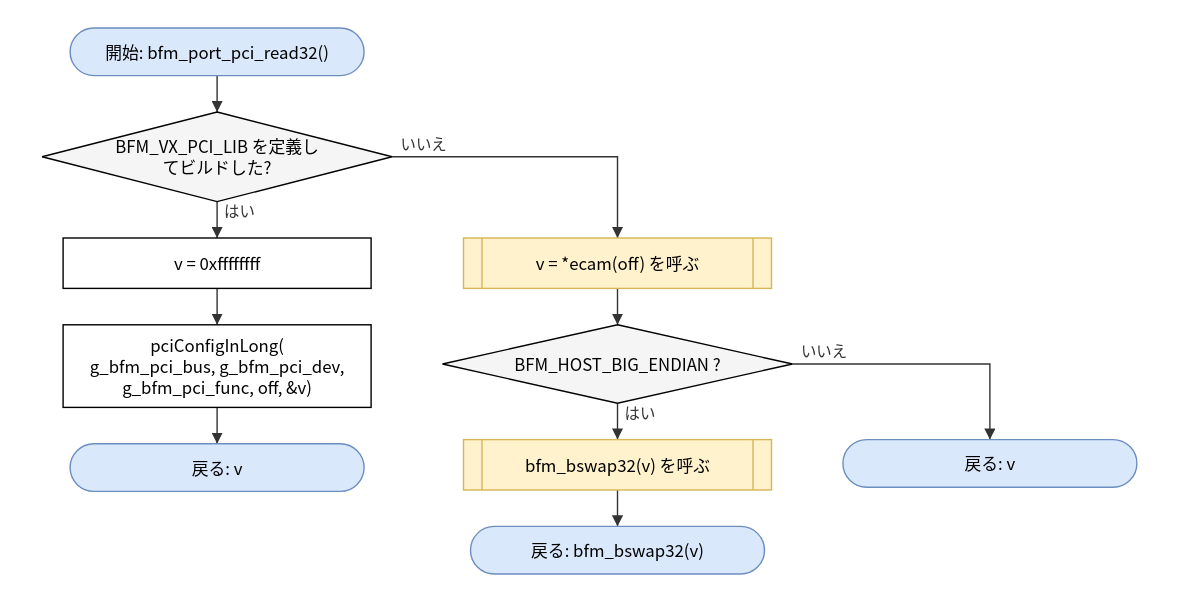
Before: doc/spec/images/flow_port_vxworks_port_vxworks__bfm_port_pci_read32.drawio.svg, a diagram exported from draw.io (hf355051012-ai/bfmem). Source tidied: cells renumbered, new cells last; positions are measured from the earlier drawing's top-left corner, leaving out a move shared by most shapes. Source of this version:
```xml
<mxGraphModel>
  <root>
    <mxCell id="0" />
    <mxCell id="1" parent="0" />
    <mxCell id="2" value="開始: bfm_port_pci_read32()" style="rounded=1;arcSize=50;whiteSpace=wrap;html=1;fillColor=#dae8fc;strokeColor=#6c8ebf;" parent="1" vertex="1">
      <mxGeometry x="20" width="210" height="34" as="geometry" />
    </mxCell>
    <mxCell id="3" value="BFM_VX_PCI_LIB を定義し&lt;br&gt;てビルドした?" style="rhombus;whiteSpace=wrap;html=1;fillColor=#f5f5f5;" parent="1" vertex="1">
      <mxGeometry y="60" width="250" height="64" as="geometry" />
    </mxCell>
    <mxCell id="4" value="v = 0xffffffff" style="rounded=0;whiteSpace=wrap;html=1;" parent="1" vertex="1">
      <mxGeometry x="15" y="150" width="220" height="36" as="geometry" />
    </mxCell>
    <mxCell id="5" value="pciConfigInLong(&lt;br&gt;g_bfm_pci_bus, g_bfm_pci_dev,&lt;br&gt;g_bfm_pci_func, off, &amp;amp;v)" style="rounded=0;whiteSpace=wrap;html=1;" parent="1" vertex="1">
      <mxGeometry x="15" y="212" width="220" height="59" as="geometry" />
    </mxCell>
    <mxCell id="6" value="戻る: v" style="rounded=1;arcSize=50;whiteSpace=wrap;html=1;fillColor=#dae8fc;strokeColor=#6c8ebf;" parent="1" vertex="1">
      <mxGeometry x="20" y="297" width="210" height="34" as="geometry" />
    </mxCell>
    <mxCell id="7" value="v = *ecam(off) を呼ぶ" style="shape=process;whiteSpace=wrap;html=1;backgroundOutline=1;size=0.06;fillColor=#fff2cc;strokeColor=#d6b656;" parent="1" vertex="1">
      <mxGeometry x="301" y="150" width="220" height="36" as="geometry" />
    </mxCell>
    <mxCell id="8" value="BFM_HOST_BIG_ENDIAN ?" style="rhombus;whiteSpace=wrap;html=1;fillColor=#f5f5f5;" parent="1" vertex="1">
      <mxGeometry x="286" y="212" width="250" height="56" as="geometry" />
    </mxCell>
    <mxCell id="9" value="bfm_bswap32(v) を呼ぶ" style="shape=process;whiteSpace=wrap;html=1;backgroundOutline=1;size=0.06;fillColor=#fff2cc;strokeColor=#d6b656;" parent="1" vertex="1">
      <mxGeometry x="301" y="294" width="220" height="36" as="geometry" />
    </mxCell>
    <mxCell id="10" value="戻る: bfm_bswap32(v)" style="rounded=1;arcSize=50;whiteSpace=wrap;html=1;fillColor=#dae8fc;strokeColor=#6c8ebf;" parent="1" vertex="1">
      <mxGeometry x="306" y="356" width="210" height="34" as="geometry" />
    </mxCell>
    <mxCell id="11" value="戻る: v" style="rounded=1;arcSize=50;whiteSpace=wrap;html=1;fillColor=#dae8fc;strokeColor=#6c8ebf;" parent="1" vertex="1">
      <mxGeometry x="572" y="294" width="210" height="34" as="geometry" />
    </mxCell>
    <mxCell id="12" style="edgeStyle=none;html=1;rounded=0;endArrow=block;endFill=1;exitX=0.5000;exitY=1.0000;exitDx=0;exitDy=0;exitPerimeter=0;entryX=0.5000;entryY=0.0000;entryDx=0;entryDy=0;entryPerimeter=0;" parent="1" edge="1" source="2" target="3">
      <mxGeometry relative="1" as="geometry" />
    </mxCell>
    <mxCell id="13" value="はい" style="edgeStyle=none;html=1;rounded=0;endArrow=block;endFill=1;exitX=0.5000;exitY=1.0000;exitDx=0;exitDy=0;exitPerimeter=0;entryX=0.5000;entryY=0.0000;entryDx=0;entryDy=0;entryPerimeter=0;" parent="1" edge="1" source="3" target="4">
      <mxGeometry relative="1" as="geometry" />
    </mxCell>
    <mxCell id="14" style="edgeStyle=none;html=1;rounded=0;endArrow=block;endFill=1;exitX=0.5000;exitY=1.0000;exitDx=0;exitDy=0;exitPerimeter=0;entryX=0.5000;entryY=0.0000;entryDx=0;entryDy=0;entryPerimeter=0;" parent="1" edge="1" source="4" target="5">
      <mxGeometry relative="1" as="geometry" />
    </mxCell>
    <mxCell id="15" style="edgeStyle=none;html=1;rounded=0;endArrow=block;endFill=1;exitX=0.5000;exitY=1.0000;exitDx=0;exitDy=0;exitPerimeter=0;entryX=0.5000;entryY=0.0000;entryDx=0;entryDy=0;entryPerimeter=0;" parent="1" edge="1" source="5" target="6">
      <mxGeometry relative="1" as="geometry" />
    </mxCell>
    <mxCell id="16" value="いいえ" style="edgeStyle=none;html=1;rounded=0;endArrow=block;endFill=1;exitX=1.0000;exitY=0.5000;exitDx=0;exitDy=0;exitPerimeter=0;entryX=0.5000;entryY=0.0000;entryDx=0;entryDy=0;entryPerimeter=0;" parent="1" edge="1" source="3" target="7">
      <mxGeometry relative="1" as="geometry">
        <Array as="points">
          <mxPoint x="411" y="92" />
        </Array>
      </mxGeometry>
    </mxCell>
    <mxCell id="17" style="edgeStyle=none;html=1;rounded=0;endArrow=block;endFill=1;exitX=0.5000;exitY=1.0000;exitDx=0;exitDy=0;exitPerimeter=0;entryX=0.5000;entryY=0.0000;entryDx=0;entryDy=0;entryPerimeter=0;" parent="1" edge="1" source="7" target="8">
      <mxGeometry relative="1" as="geometry" />
    </mxCell>
    <mxCell id="18" value="はい" style="edgeStyle=none;html=1;rounded=0;endArrow=block;endFill=1;exitX=0.5000;exitY=1.0000;exitDx=0;exitDy=0;exitPerimeter=0;entryX=0.5000;entryY=0.0000;entryDx=0;entryDy=0;entryPerimeter=0;" parent="1" edge="1" source="8" target="9">
      <mxGeometry relative="1" as="geometry" />
    </mxCell>
    <mxCell id="19" style="edgeStyle=none;html=1;rounded=0;endArrow=block;endFill=1;exitX=0.5000;exitY=1.0000;exitDx=0;exitDy=0;exitPerimeter=0;entryX=0.5000;entryY=0.0000;entryDx=0;entryDy=0;entryPerimeter=0;" parent="1" edge="1" source="9" target="10">
      <mxGeometry relative="1" as="geometry" />
    </mxCell>
    <mxCell id="20" value="いいえ" style="edgeStyle=none;html=1;rounded=0;endArrow=block;endFill=1;exitX=1.0000;exitY=0.5000;exitDx=0;exitDy=0;exitPerimeter=0;entryX=0.5000;entryY=0.0000;entryDx=0;entryDy=0;entryPerimeter=0;" parent="1" edge="1" source="8" target="11">
      <mxGeometry relative="1" as="geometry">
        <Array as="points">
          <mxPoint x="677" y="240" />
        </Array>
      </mxGeometry>
    </mxCell>
  </root>
</mxGraphModel>
```
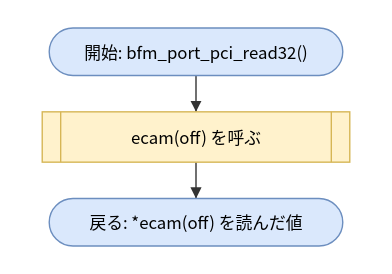
After the commit.

What changed in the source:
```diff
@@ -3,69 +3,19 @@
     <mxCell id="0" />
     <mxCell id="1" parent="0" />
     <mxCell id="2" value="開始: bfm_port_pci_read32()" style="rounded=1;arcSize=50;whiteSpace=wrap;html=1;fillColor=#dae8fc;strokeColor=#6c8ebf;" parent="1" vertex="1">
-      <mxGeometry x="20" width="210" height="34" as="geometry" />
+      <mxGeometry x="5" width="210" height="34" as="geometry" />
     </mxCell>
-    <mxCell id="3" value="BFM_VX_PCI_LIB を定義し&lt;br&gt;てビルドした?" style="rhombus;whiteSpace=wrap;html=1;fillColor=#f5f5f5;" parent="1" vertex="1">
-      <mxGeometry y="60" width="250" height="64" as="geometry" />
+    <mxCell id="3" value="ecam(off) を呼ぶ" style="shape=process;whiteSpace=wrap;html=1;backgroundOutline=1;size=0.06;fillColor=#fff2cc;strokeColor=#d6b656;" parent="1" vertex="1">
+      <mxGeometry y="60" width="220" height="36" as="geometry" />
     </mxCell>
-    <mxCell id="4" value="v = 0xffffffff" style="rounded=0;whiteSpace=wrap;html=1;" parent="1" vertex="1">
-      <mxGeometry x="15" y="150" width="220" height="36" as="geometry" />
+    <mxCell id="4" value="戻る: *ecam(off) を読んだ値" style="rounded=1;arcSize=50;whiteSpace=wrap;html=1;fillColor=#dae8fc;strokeColor=#6c8ebf;" parent="1" vertex="1">
+      <mxGeometry x="5" y="122" width="210" height="34" as="geometry" />
     </mxCell>
-    <mxCell id="5" value="pciConfigInLong(&lt;br&gt;g_bfm_pci_bus, g_bfm_pci_dev,&lt;br&gt;g_bfm_pci_func, off, &amp;amp;v)" style="rounded=0;whiteSpace=wrap;html=1;" parent="1" vertex="1">
-      <mxGeometry x="15" y="212" width="220" height="59" as="geometry" />
-    </mxCell>
-    <mxCell id="6" value="戻る: v" style="rounded=1;arcSize=50;whiteSpace=wrap;html=1;fillColor=#dae8fc;strokeColor=#6c8ebf;" parent="1" vertex="1">
-      <mxGeometry x="20" y="297" width="210" height="34" as="geometry" />
-    </mxCell>
-    <mxCell id="7" value="v = *ecam(off) を呼ぶ" style="shape=process;whiteSpace=wrap;html=1;backgroundOutline=1;size=0.06;fillColor=#fff2cc;strokeColor=#d6b656;" parent="1" vertex="1">
-      <mxGeometry x="301" y="150" width="220" height="36" as="geometry" />
-    </mxCell>
-    <mxCell id="8" value="BFM_HOST_BIG_ENDIAN ?" style="rhombus;whiteSpace=wrap;html=1;fillColor=#f5f5f5;" parent="1" vertex="1">
-      <mxGeometry x="286" y="212" width="250" height="56" as="geometry" />
-    </mxCell>
-    <mxCell id="9" value="bfm_bswap32(v) を呼ぶ" style="shape=process;whiteSpace=wrap;html=1;backgroundOutline=1;size=0.06;fillColor=#fff2cc;strokeColor=#d6b656;" parent="1" vertex="1">
-      <mxGeometry x="301" y="294" width="220" height="36" as="geometry" />
-    </mxCell>
-    <mxCell id="10" value="戻る: bfm_bswap32(v)" style="rounded=1;arcSize=50;whiteSpace=wrap;html=1;fillColor=#dae8fc;strokeColor=#6c8ebf;" parent="1" vertex="1">
-      <mxGeometry x="306" y="356" width="210" height="34" as="geometry" />
-    </mxCell>
-    <mxCell id="11" value="戻る: v" style="rounded=1;arcSize=50;whiteSpace=wrap;html=1;fillColor=#dae8fc;strokeColor=#6c8ebf;" parent="1" vertex="1">
-      <mxGeometry x="572" y="294" width="210" height="34" as="geometry" />
-    </mxCell>
     <mxCell id="12" style="edgeStyle=none;html=1;rounded=0;endArrow=block;endFill=1;exitX=0.5000;exitY=1.0000;exitDx=0;exitDy=0;exitPerimeter=0;entryX=0.5000;entryY=0.0000;entryDx=0;entryDy=0;entryPerimeter=0;" parent="1" edge="1" source="2" target="3">
       <mxGeometry relative="1" as="geometry" />
     </mxCell>
-    <mxCell id="13" value="はい" style="edgeStyle=none;html=1;rounded=0;endArrow=block;endFill=1;exitX=0.5000;exitY=1.0000;exitDx=0;exitDy=0;exitPerimeter=0;entryX=0.5000;entryY=0.0000;entryDx=0;entryDy=0;entryPerimeter=0;" parent="1" edge="1" source="3" target="4">
+    <mxCell id="13" style="edgeStyle=none;html=1;rounded=0;endArrow=block;endFill=1;exitX=0.5000;exitY=1.0000;exitDx=0;exitDy=0;exitPerimeter=0;entryX=0.5000;entryY=0.0000;entryDx=0;entryDy=0;entryPerimeter=0;" parent="1" edge="1" source="3" target="4">
       <mxGeometry relative="1" as="geometry" />
     </mxCell>
-    <mxCell id="14" style="edgeStyle=none;html=1;rounded=0;endArrow=block;endFill=1;exitX=0.5000;exitY=1.0000;exitDx=0;exitDy=0;exitPerimeter=0;entryX=0.5000;entryY=0.0000;entryDx=0;entryDy=0;entryPerimeter=0;" parent="1" edge="1" source="4" target="5">
-      <mxGeometry relative="1" as="geometry" />
-    </mxCell>
-    <mxCell id="15" style="edgeStyle=none;html=1;rounded=0;endArrow=block;endFill=1;exitX=0.5000;exitY=1.0000;exitDx=0;exitDy=0;exitPerimeter=0;entryX=0.5000;entryY=0.0000;entryDx=0;entryDy=0;entryPerimeter=0;" parent="1" edge="1" source="5" target="6">
-      <mxGeometry relative="1" as="geometry" />
-    </mxCell>
-    <mxCell id="16" value="いいえ" style="edgeStyle=none;html=1;rounded=0;endArrow=block;endFill=1;exitX=1.0000;exitY=0.5000;exitDx=0;exitDy=0;exitPerimeter=0;entryX=0.5000;entryY=0.0000;entryDx=0;entryDy=0;entryPerimeter=0;" parent="1" edge="1" source="3" target="7">
-      <mxGeometry relative="1" as="geometry">
-        <Array as="points">
-          <mxPoint x="411" y="92" />
-        </Array>
-      </mxGeometry>
-    </mxCell>
-    <mxCell id="17" style="edgeStyle=none;html=1;rounded=0;endArrow=block;endFill=1;exitX=0.5000;exitY=1.0000;exitDx=0;exitDy=0;exitPerimeter=0;entryX=0.5000;entryY=0.0000;entryDx=0;entryDy=0;entryPerimeter=0;" parent="1" edge="1" source="7" target="8">
-      <mxGeometry relative="1" as="geometry" />
-    </mxCell>
-    <mxCell id="18" value="はい" style="edgeStyle=none;html=1;rounded=0;endArrow=block;endFill=1;exitX=0.5000;exitY=1.0000;exitDx=0;exitDy=0;exitPerimeter=0;entryX=0.5000;entryY=0.0000;entryDx=0;entryDy=0;entryPerimeter=0;" parent="1" edge="1" source="8" target="9">
-      <mxGeometry relative="1" as="geometry" />
-    </mxCell>
-    <mxCell id="19" style="edgeStyle=none;html=1;rounded=0;endArrow=block;endFill=1;exitX=0.5000;exitY=1.0000;exitDx=0;exitDy=0;exitPerimeter=0;entryX=0.5000;entryY=0.0000;entryDx=0;entryDy=0;entryPerimeter=0;" parent="1" edge="1" source="9" target="10">
-      <mxGeometry relative="1" as="geometry" />
-    </mxCell>
-    <mxCell id="20" value="いいえ" style="edgeStyle=none;html=1;rounded=0;endArrow=block;endFill=1;exitX=1.0000;exitY=0.5000;exitDx=0;exitDy=0;exitPerimeter=0;entryX=0.5000;entryY=0.0000;entryDx=0;entryDy=0;entryPerimeter=0;" parent="1" edge="1" source="8" target="11">
-      <mxGeometry relative="1" as="geometry">
-        <Array as="points">
-          <mxPoint x="677" y="240" />
-        </Array>
-      </mxGeometry>
-    </mxCell>
   </root>
 </mxGraphModel>
```
